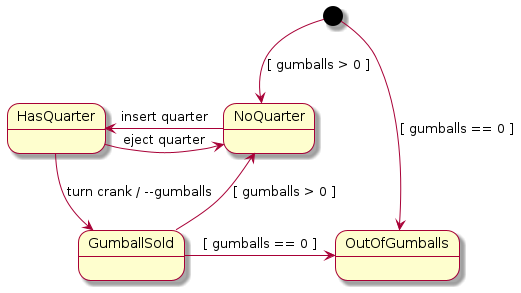
This is doc/Gumball.png from Lecrapouille/PlantUMLStatecharts, a PlantUML export, as it was before one commit.
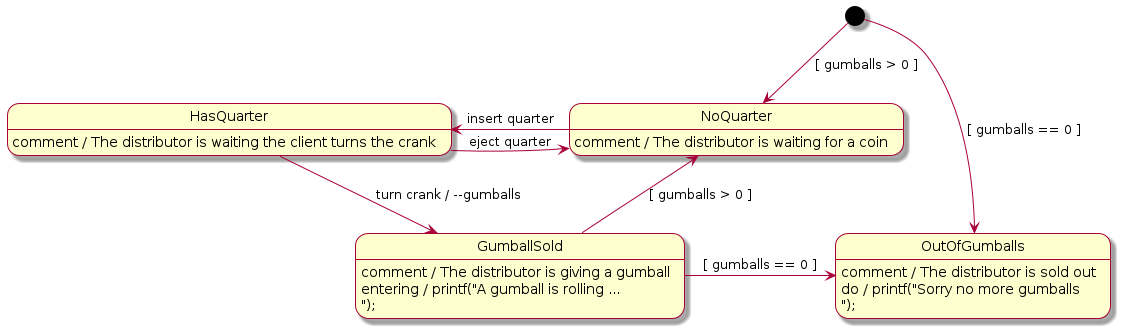
After the change.

What changed in the source:
```diff
@@ -10,4 +10,11 @@
 GumballSold -> NoQuarter : [ gumballs > 0 ]
 GumballSold -> OutOfGumballs : [ gumballs == 0 ]
 
+NoQuarter : comment / The distributor is waiting for a coin
+HasQuarter: comment / The distributor is waiting the client turns the crank
+GumballSold : comment / The distributor is giving a gumball
+GumballSold : entering / printf("A gumball is rolling ...\n");
+OutOfGumballs : comment / The distributor is sold out
+OutOfGumballs : do / printf("Sorry no more gumballs\n");
+
 @enduml
```
